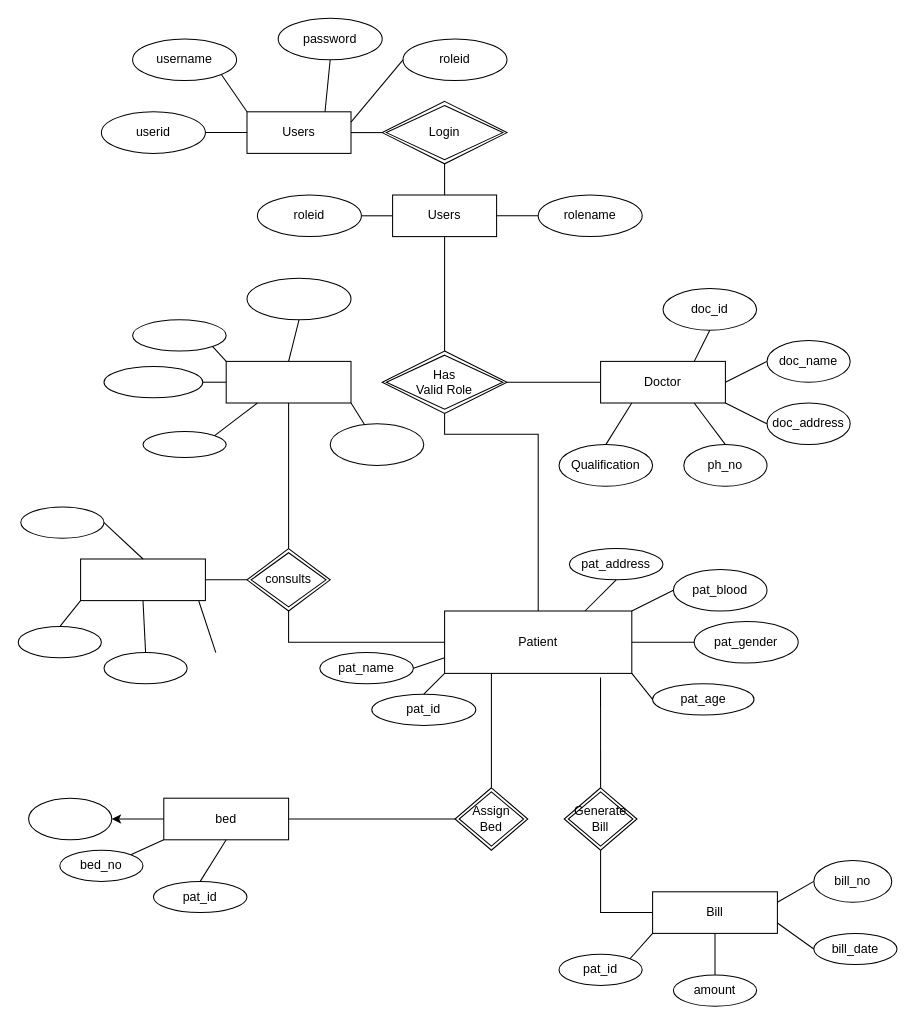
Before: Untitled Diagram.drawio in AbhijithCR-1/HospitalManagement, a draw.io diagram. Source tidied: cells renumbered, new cells numbered last; positions are measured from the earlier drawing's top-left corner, leaving out a move shared by most shapes. Both pictures are drawn from the tidied source at 104%, with x=0, y=0 at pixel (18, 18).
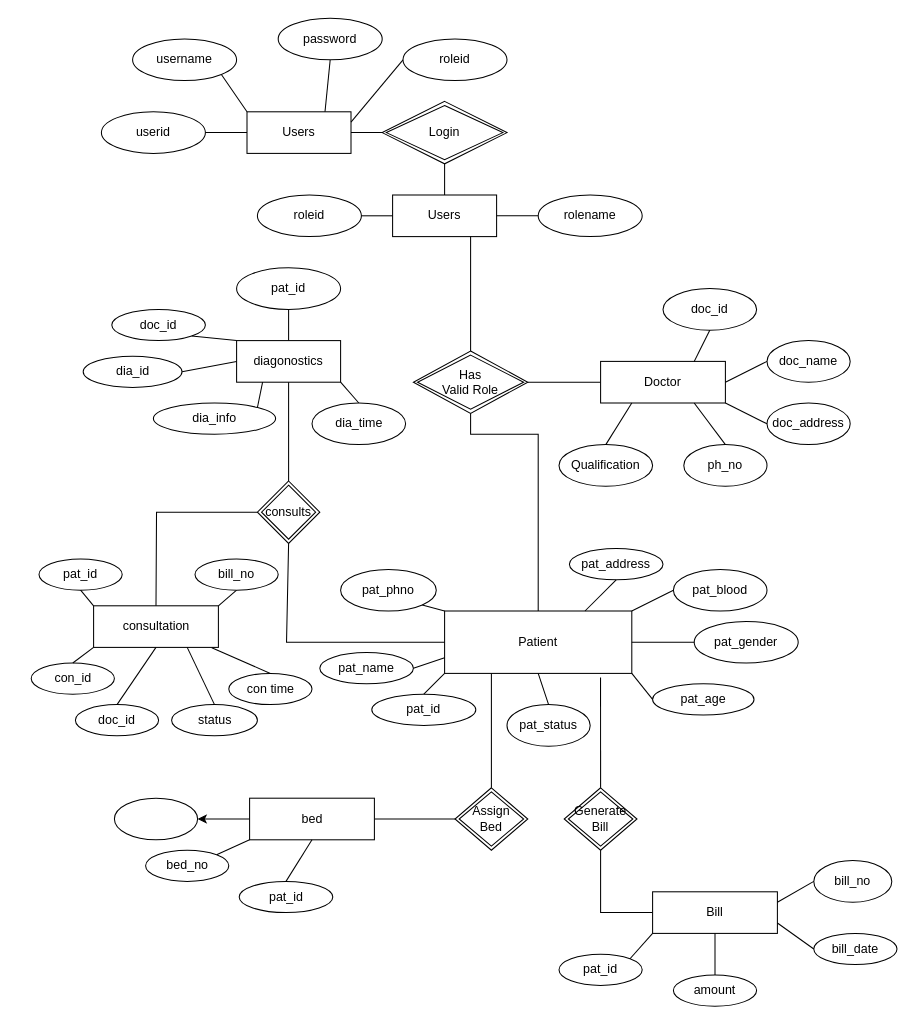
The same diagram, later.

Unchanged cells that the change refers to:
```xml
<mxCell id="11" value="Users" style="whiteSpace=wrap;html=1;align=center;" parent="1" vertex="1">
  <mxGeometry x="360" y="170" width="100" height="40" as="geometry" />
</mxCell>
<mxCell id="35" value="Patient" style="rounded=0;whiteSpace=wrap;html=1;" parent="1" vertex="1">
  <mxGeometry x="410" y="570" width="180" height="60" as="geometry" />
</mxCell>
```

Change to the diagram source:
```diff
@@
     <mxCell id="19" value="Has&lt;br&gt;Valid Role" style="shape=rhombus;double=1;perimeter=rhombusPerimeter;whiteSpace=wrap;html=1;align=center;" parent="1" vertex="1">
-      <mxGeometry x="350" y="320" width="120" height="60" as="geometry" />
+      <mxGeometry x="380" y="320" width="110" height="60" as="geometry" />
     </mxCell>
-    <mxCell id="20" style="endArrow=none;html=1;rounded=0;exitX=0.5;exitY=0;exitDx=0;exitDy=0;entryX=0.5;entryY=1;entryDx=0;entryDy=0;" parent="1" edge="1" source="19" target="11">
+    <mxCell id="20" style="endArrow=none;html=1;rounded=0;exitX=0.5;exitY=0;exitDx=0;exitDy=0;entryX=0.75;entryY=1;entryDx=0;entryDy=0;" parent="1" edge="1" source="19" target="11">
       <mxGeometry relative="1" as="geometry" />
     </mxCell>
@@
     <mxCell id="34" style="endArrow=none;html=1;rounded=0;entryX=0.5;entryY=1;entryDx=0;entryDy=0;exitX=0.5;exitY=0;exitDx=0;exitDy=0;" parent="1" edge="1" source="35" target="19">
       <mxGeometry relative="1" as="geometry">
         <Array as="points">
           <mxPoint x="500" y="400" />
-          <mxPoint x="410" y="400" />
+          <mxPoint x="435" y="400" />
         </Array>
       </mxGeometry>
     </mxCell>
@@
     <mxCell id="64" value="bed" style="rounded=0;whiteSpace=wrap;html=1;" parent="1" vertex="1">
-      <mxGeometry x="140" y="750" width="120" height="40" as="geometry" />
+      <mxGeometry x="222.5" y="750" width="120" height="40" as="geometry" />
     </mxCell>
@@
     <mxCell id="66" value="pat_id" style="ellipse;whiteSpace=wrap;html=1;rounded=0;" parent="1" vertex="1">
-      <mxGeometry x="130" y="830" width="90" height="30" as="geometry" />
+      <mxGeometry x="212.5" y="830" width="90" height="30" as="geometry" />
     </mxCell>
@@
     <mxCell id="68" value="bed_no" style="ellipse;whiteSpace=wrap;html=1;" parent="1" vertex="1">
-      <mxGeometry x="40" y="800" width="80" height="30" as="geometry" />
+      <mxGeometry x="122.5" y="800" width="80" height="30" as="geometry" />
     </mxCell>
     <mxCell id="69" style="ellipse;whiteSpace=wrap;html=1;rounded=0;" parent="1" vertex="1">
-      <mxGeometry x="10" y="750" width="80" height="40" as="geometry" />
+      <mxGeometry x="92.5" y="750" width="80" height="40" as="geometry" />
     </mxCell>
     <mxCell id="70" style="endArrow=none;html=1;rounded=0;exitX=0.5;exitY=1;exitDx=0;exitDy=0;entryX=0;entryY=0.5;entryDx=0;entryDy=0;" parent="1" edge="1" source="71" target="35">
       <mxGeometry relative="1" as="geometry">
         <Array as="points">
-          <mxPoint x="260" y="600" />
+          <mxPoint x="258" y="600" />
         </Array>
       </mxGeometry>
     </mxCell>
     <mxCell id="71" value="consults" style="shape=rhombus;double=1;perimeter=rhombusPerimeter;whiteSpace=wrap;html=1;align=center;" parent="1" vertex="1">
-      <mxGeometry x="220" y="510" width="80" height="60" as="geometry" />
+      <mxGeometry x="230" y="445" width="60" height="60" as="geometry" />
     </mxCell>
-    <mxCell id="72" style="endArrow=none;html=1;rounded=0;entryX=0;entryY=0.5;entryDx=0;entryDy=0;exitX=1;exitY=0.5;exitDx=0;exitDy=0;" parent="1" edge="1" source="73" target="71">
+    <mxCell id="72" style="endArrow=none;html=1;rounded=0;exitX=1;exitY=0;exitDx=0;exitDy=0;entryX=0.5;entryY=1;entryDx=0;entryDy=0;" parent="1" edge="1" source="73" target="94">
       <mxGeometry relative="1" as="geometry" />
     </mxCell>
-    <mxCell id="73" style="rounded=0;whiteSpace=wrap;html=1;" parent="1" vertex="1">
-      <mxGeometry x="60" y="520" width="120" height="40" as="geometry" />
+    <mxCell id="73" value="consultation" style="rounded=0;whiteSpace=wrap;html=1;" parent="1" vertex="1">
+      <mxGeometry x="72.5" y="565" width="120" height="40" as="geometry" />
     </mxCell>
-    <mxCell id="74" style="rounded=0;whiteSpace=wrap;html=1;" parent="1" vertex="1">
-      <mxGeometry x="200" y="330" width="120" height="40" as="geometry" />
+    <mxCell id="74" value="diagonostics" style="rounded=0;whiteSpace=wrap;html=1;" parent="1" vertex="1">
+      <mxGeometry x="210" y="310" width="100" height="40" as="geometry" />
     </mxCell>
@@
-    <mxCell id="76" style="ellipse;whiteSpace=wrap;html=1;" parent="1" vertex="1">
-      <mxGeometry x="110" y="290" width="90" height="30" as="geometry" />
+    <mxCell id="76" value="doc_id" style="ellipse;whiteSpace=wrap;html=1;" parent="1" vertex="1">
+      <mxGeometry x="90" y="280" width="90" height="30" as="geometry" />
     </mxCell>
@@
-    <mxCell id="78" style="ellipse;whiteSpace=wrap;html=1;" parent="1" vertex="1">
-      <mxGeometry x="82.5" y="335" width="95" height="30" as="geometry" />
+    <mxCell id="78" value="dia_id" style="ellipse;whiteSpace=wrap;html=1;" parent="1" vertex="1">
+      <mxGeometry x="62.5" y="325" width="95" height="30" as="geometry" />
     </mxCell>
-    <mxCell id="79" style="ellipse;whiteSpace=wrap;html=1;" parent="1" vertex="1">
-      <mxGeometry x="120" y="397.5" width="80" height="25" as="geometry" />
+    <mxCell id="79" value="dia_info" style="ellipse;whiteSpace=wrap;html=1;" parent="1" vertex="1">
+      <mxGeometry x="130" y="370" width="117.5" height="30" as="geometry" />
     </mxCell>
-    <mxCell id="80" style="ellipse;whiteSpace=wrap;html=1;" parent="1" vertex="1">
-      <mxGeometry x="220" y="250" width="100" height="40" as="geometry" />
+    <mxCell id="80" value="pat_id" style="ellipse;whiteSpace=wrap;html=1;" parent="1" vertex="1">
+      <mxGeometry x="210" y="240" width="100" height="40" as="geometry" />
     </mxCell>
-    <mxCell id="81" style="ellipse;whiteSpace=wrap;html=1;" parent="1" vertex="1">
-      <mxGeometry x="300" y="390" width="90" height="40" as="geometry" />
+    <mxCell id="81" value="dia_time" style="ellipse;whiteSpace=wrap;html=1;" parent="1" vertex="1">
+      <mxGeometry x="282.5" y="370" width="90" height="40" as="geometry" />
     </mxCell>
@@
-    <mxCell id="84" style="endArrow=none;html=1;rounded=0;entryX=0.5;entryY=1;entryDx=0;entryDy=0;" parent="1" edge="1" target="80">
-      <mxGeometry relative="1" as="geometry">
-        <mxPoint x="260" y="330" as="sourcePoint" />
-      </mxGeometry>
+    <mxCell id="84" style="endArrow=none;html=1;rounded=0;entryX=0.5;entryY=1;entryDx=0;entryDy=0;exitX=0.5;exitY=0;exitDx=0;exitDy=0;" parent="1" edge="1" source="74" target="80">
+      <mxGeometry relative="1" as="geometry" />
     </mxCell>
-    <mxCell id="85" style="ellipse;whiteSpace=wrap;html=1;" parent="1" vertex="1">
-      <mxGeometry x="2.5" y="470" width="80" height="30" as="geometry" />
+    <mxCell id="85" value="con_id" style="ellipse;whiteSpace=wrap;html=1;" parent="1" vertex="1">
+      <mxGeometry x="12.5" y="620" width="80" height="30" as="geometry" />
     </mxCell>
-    <mxCell id="86" style="ellipse;whiteSpace=wrap;html=1;" parent="1" vertex="1">
-      <mxGeometry y="585" width="80" height="30" as="geometry" />
+    <mxCell id="86" value="pat_id" style="ellipse;whiteSpace=wrap;html=1;" parent="1" vertex="1">
+      <mxGeometry x="20" y="520" width="80" height="30" as="geometry" />
     </mxCell>
-    <mxCell id="87" style="ellipse;whiteSpace=wrap;html=1;" parent="1" vertex="1">
-      <mxGeometry x="82.5" y="610" width="80" height="30" as="geometry" />
+    <mxCell id="87" value="doc_id" style="ellipse;whiteSpace=wrap;html=1;" parent="1" vertex="1">
+      <mxGeometry x="55" y="660" width="80" height="30" as="geometry" />
     </mxCell>
-    <mxCell id="88" style="endArrow=none;html=1;rounded=0;entryX=1;entryY=0.5;entryDx=0;entryDy=0;exitX=0.5;exitY=0;exitDx=0;exitDy=0;" parent="1" edge="1" source="73" target="85">
+    <mxCell id="88" style="endArrow=none;html=1;rounded=0;entryX=0.5;entryY=1;entryDx=0;entryDy=0;exitX=0;exitY=0;exitDx=0;exitDy=0;" parent="1" edge="1" source="73" target="86">
       <mxGeometry relative="1" as="geometry" />
     </mxCell>
-    <mxCell id="89" style="endArrow=none;html=1;rounded=0;entryX=0;entryY=1;entryDx=0;entryDy=0;exitX=0.5;exitY=0;exitDx=0;exitDy=0;" parent="1" edge="1" source="86" target="73">
+    <mxCell id="89" style="endArrow=none;html=1;rounded=0;entryX=0;entryY=1;entryDx=0;entryDy=0;exitX=0.5;exitY=0;exitDx=0;exitDy=0;" parent="1" edge="1" source="85" target="73">
       <mxGeometry relative="1" as="geometry" />
     </mxCell>
@@
-    <mxCell id="91" style="endArrow=none;html=1;rounded=0;entryX=0.947;entryY=1.01;entryDx=0;entryDy=0;entryPerimeter=0;" parent="1" edge="1" target="73">
-      <mxGeometry relative="1" as="geometry">
-        <mxPoint x="190" y="610" as="sourcePoint" />
-      </mxGeometry>
+    <mxCell id="91" style="endArrow=none;html=1;rounded=0;entryX=0.947;entryY=1.01;entryDx=0;entryDy=0;entryPerimeter=0;exitX=0.5;exitY=0;exitDx=0;exitDy=0;" parent="1" edge="1" source="93" target="73">
+      <mxGeometry relative="1" as="geometry" />
     </mxCell>
-    <mxCell id="92" style="endArrow=none;html=1;rounded=0;entryX=1;entryY=1;entryDx=0;entryDy=0;" parent="1" edge="1" source="81" target="74">
+    <mxCell id="92" style="endArrow=none;html=1;rounded=0;entryX=1;entryY=1;entryDx=0;entryDy=0;exitX=0.5;exitY=0;exitDx=0;exitDy=0;" parent="1" edge="1" source="81" target="74">
       <mxGeometry relative="1" as="geometry" />
     </mxCell>
+    <mxCell id="93" value="con time" style="ellipse;whiteSpace=wrap;html=1;" parent="1" vertex="1">
+      <mxGeometry x="202.5" y="630" width="80" height="30" as="geometry" />
+    </mxCell>
+    <mxCell id="94" value="bill_no" style="ellipse;whiteSpace=wrap;html=1;fontSize=12;" parent="1" vertex="1">
+      <mxGeometry x="170" y="520" width="80" height="30" as="geometry" />
+    </mxCell>
+    <mxCell id="95" style="endArrow=none;html=1;rounded=0;fontSize=12;entryX=0;entryY=0.5;entryDx=0;entryDy=0;exitX=0.5;exitY=0;exitDx=0;exitDy=0;" parent="1" edge="1" source="73" target="71">
+      <mxGeometry relative="1" as="geometry">
+        <Array as="points">
+          <mxPoint x="133" y="475" />
+        </Array>
+      </mxGeometry>
+    </mxCell>
+    <mxCell id="96" value="status" style="ellipse;whiteSpace=wrap;html=1;fontSize=12;" parent="1" vertex="1">
+      <mxGeometry x="147.5" y="660" width="82.5" height="30" as="geometry" />
+    </mxCell>
+    <mxCell id="97" style="endArrow=none;html=1;rounded=0;fontSize=12;entryX=0.75;entryY=1;entryDx=0;entryDy=0;exitX=0.5;exitY=0;exitDx=0;exitDy=0;" parent="1" edge="1" source="96" target="73">
+      <mxGeometry relative="1" as="geometry" />
+    </mxCell>
+    <mxCell id="98" value="pat_status" style="ellipse;whiteSpace=wrap;html=1;fontSize=12;" parent="1" vertex="1">
+      <mxGeometry x="470" y="660" width="80" height="40" as="geometry" />
+    </mxCell>
+    <mxCell id="99" style="endArrow=none;html=1;rounded=0;fontSize=12;entryX=0.5;entryY=1;entryDx=0;entryDy=0;exitX=0.5;exitY=0;exitDx=0;exitDy=0;" parent="1" edge="1" source="98" target="35">
+      <mxGeometry relative="1" as="geometry" />
+    </mxCell>
+    <mxCell id="100" value="pat_phno" style="ellipse;whiteSpace=wrap;html=1;fontSize=12;" parent="1" vertex="1">
+      <mxGeometry x="310" y="530" width="92" height="40" as="geometry" />
+    </mxCell>
+    <mxCell id="101" style="endArrow=none;html=1;rounded=0;fontSize=12;entryX=1;entryY=1;entryDx=0;entryDy=0;exitX=0;exitY=0;exitDx=0;exitDy=0;" parent="1" edge="1" source="35" target="100">
+      <mxGeometry relative="1" as="geometry" />
+    </mxCell>
```
